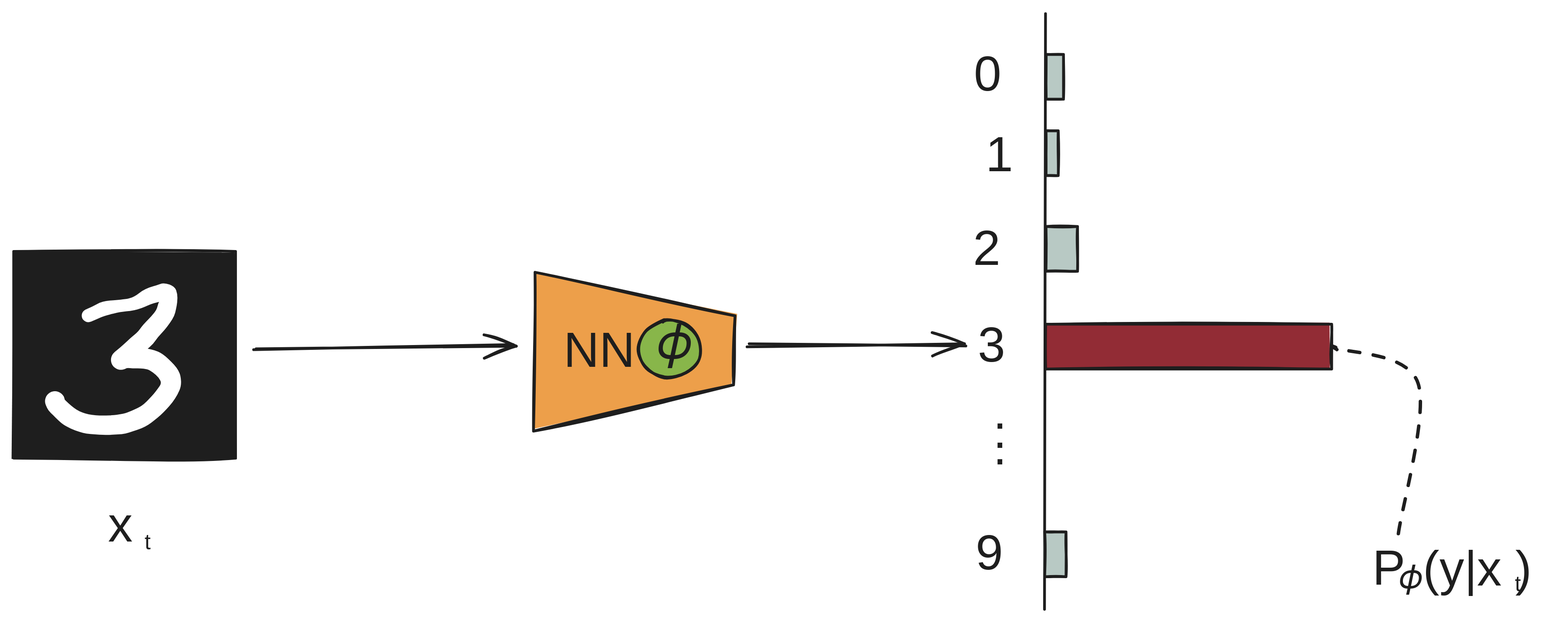
confucianzuoyuan/multimodal-tutorial keeps this Excalidraw diagram as orange-book/使用预训练神经网络进行分类的示例.svg. Above is the earlier version. Source tidied: one line per element, renumbered; positions are measured from the earlier drawing's top-left corner, leaving out a move shared by most shapes. The source it was exported from:
```json
{"id": 0, "type": "rectangle", "strokeColor": "#1e1e1e", "backgroundColor": "#1e1e1e", "fillStyle": "solid", "strokeWidth": 2, "roughness": 1, "x": 0, "y": 174, "width": 162, "height": 151}
{"id": 1, "type": "freedraw", "strokeColor": "#ffffff", "backgroundColor": "#1e1e1e", "fillStyle": "solid", "strokeWidth": 2, "roughness": 1, "x": 55, "y": 221, "width": 86, "height": 99, "points": [[0, 0], [27, -8], [40, -11], [47, -15], [59, -17], [58, -8], [53, 2], [45, 12], [40, 19], [32, 26], [25, 32], [27, 32], [37, 31], [46, 32], [53, 37], [60, 45], [59, 53], [48, 68], [39, 75], [26, 80], [11, 80], [-4, 79], [-14, 74], [-20, 68], [-23, 65]]}
{"id": 2, "type": "line", "strokeColor": "#1e1e1e", "backgroundColor": "#ed9f4a", "fillStyle": "solid", "strokeWidth": 2, "roughness": 1, "x": 381, "y": 189, "width": 147, "height": 116, "points": [[0, 0], [-1, 116], [145, 82], [146, 32], [0, 0]]}
{"id": 3, "type": "text", "text": "NN", "strokeColor": "#1e1e1e", "backgroundColor": "#ed9f4a", "fillStyle": "solid", "strokeWidth": 2, "roughness": 1, "fontSize": 36, "fontFamily": 5, "x": 402, "y": 226, "width": 44, "height": 45}
{"id": 4, "type": "ellipse", "strokeColor": "#1e1e1e", "backgroundColor": "#88b64a", "fillStyle": "solid", "strokeWidth": 2, "roughness": 1, "x": 457, "y": 224, "width": 45, "height": 42}
{"id": 5, "type": "text", "text": "𝜙", "strokeColor": "#1e1e1e", "backgroundColor": "#ed9f4a", "fillStyle": "solid", "strokeWidth": 2, "roughness": 1, "fontSize": 36, "fontFamily": 5, "x": 471, "y": 220, "width": 23, "height": 45}
{"id": 6, "type": "line", "strokeColor": "#1e1e1e", "backgroundColor": "#ed9f4a", "fillStyle": "solid", "strokeWidth": 2, "roughness": 1, "x": 754, "y": 0, "width": 1, "height": 435, "points": [[0, 0], [-1, 435]]}
{"id": 7, "type": "text", "text": "0", "strokeColor": "#1e1e1e", "backgroundColor": "#ed9f4a", "fillStyle": "solid", "strokeWidth": 2, "roughness": 1, "fontSize": 36, "fontFamily": 5, "x": 702, "y": 25, "width": 24, "height": 45}
{"id": 8, "type": "text", "text": "1", "strokeColor": "#1e1e1e", "backgroundColor": "#ed9f4a", "fillStyle": "solid", "strokeWidth": 2, "roughness": 1, "fontSize": 36, "fontFamily": 5, "x": 710, "y": 83, "width": 15, "height": 45}
{"id": 9, "type": "text", "text": "2", "strokeColor": "#1e1e1e", "backgroundColor": "#ed9f4a", "fillStyle": "solid", "strokeWidth": 2, "roughness": 1, "fontSize": 36, "fontFamily": 5, "x": 701, "y": 152, "width": 25, "height": 45}
{"id": 10, "type": "text", "text": "3", "strokeColor": "#1e1e1e", "backgroundColor": "#ed9f4a", "fillStyle": "solid", "strokeWidth": 2, "roughness": 1, "fontSize": 36, "fontFamily": 5, "x": 705, "y": 222, "width": 22, "height": 45}
{"id": 11, "type": "text", "text": "9", "strokeColor": "#1e1e1e", "backgroundColor": "#ed9f4a", "fillStyle": "solid", "strokeWidth": 2, "roughness": 1, "fontSize": 36, "fontFamily": 5, "x": 703, "y": 374, "width": 23, "height": 45}
{"id": 12, "type": "text", "text": ".", "strokeColor": "#1e1e1e", "backgroundColor": "#ed9f4a", "fillStyle": "solid", "strokeWidth": 2, "roughness": 1, "fontSize": 36, "fontFamily": 5, "x": 716, "y": 272, "width": 10, "height": 45}
{"id": 13, "type": "text", "text": ".", "strokeColor": "#1e1e1e", "backgroundColor": "#ed9f4a", "fillStyle": "solid", "strokeWidth": 2, "roughness": 1, "fontSize": 36, "fontFamily": 5, "x": 716, "y": 286, "width": 10, "height": 45}
{"id": 14, "type": "text", "text": ".", "strokeColor": "#1e1e1e", "backgroundColor": "#ed9f4a", "fillStyle": "solid", "strokeWidth": 2, "roughness": 1, "fontSize": 36, "fontFamily": 5, "x": 716, "y": 298, "width": 10, "height": 45}
{"id": 15, "type": "text", "text": "x", "strokeColor": "#1e1e1e", "backgroundColor": "#9fc6c0", "fillStyle": "solid", "strokeWidth": 2, "roughness": 1, "fontSize": 36, "fontFamily": 5, "x": 69, "y": 354, "width": 21, "height": 45}
{"id": 16, "type": "text", "text": "t", "strokeColor": "#1e1e1e", "backgroundColor": "#9fc6c0", "fillStyle": "solid", "strokeWidth": 2, "roughness": 1, "fontSize": 16, "fontFamily": 5, "x": 96, "y": 377, "width": 9, "height": 20}
{"id": 17, "type": "arrow", "strokeColor": "#1e1e1e", "backgroundColor": "#ed9f4a", "fillStyle": "solid", "strokeWidth": 2, "roughness": 1, "endArrowhead": "arrow", "round": true, "from": 0, "x": 176, "y": 245, "width": 190, "height": 2, "points": [[0, 0], [190, -2]]}
{"id": 18, "type": "arrow", "strokeColor": "#1e1e1e", "backgroundColor": "#ed9f4a", "fillStyle": "solid", "strokeWidth": 2, "roughness": 1, "endArrowhead": "arrow", "round": true, "to": 10, "x": 538, "y": 242, "width": 158, "height": 0, "points": [[0, 0], [158, 0]]}
{"id": 19, "type": "rectangle", "strokeColor": "#1e1e1e", "backgroundColor": "#b8c9c4", "fillStyle": "solid", "strokeWidth": 2, "roughness": 1, "x": 755, "y": 30, "width": 13, "height": 33}
{"id": 20, "type": "rectangle", "strokeColor": "#1e1e1e", "backgroundColor": "#b8c9c4", "fillStyle": "solid", "strokeWidth": 2, "roughness": 1, "x": 755, "y": 86, "width": 9, "height": 33}
{"id": 21, "type": "rectangle", "strokeColor": "#1e1e1e", "backgroundColor": "#b8c9c4", "fillStyle": "solid", "strokeWidth": 2, "roughness": 1, "x": 754, "y": 155, "width": 23, "height": 33}
{"id": 22, "type": "rectangle", "strokeColor": "#1e1e1e", "backgroundColor": "#b8c9c4", "fillStyle": "solid", "strokeWidth": 2, "roughness": 1, "x": 754, "y": 379, "width": 16, "height": 33}
{"id": 23, "type": "rectangle", "strokeColor": "#1e1e1e", "backgroundColor": "#922c35", "fillStyle": "solid", "strokeWidth": 2, "roughness": 1, "x": 754, "y": 227, "width": 209, "height": 33}
{"id": 24, "type": "text", "text": "P", "strokeColor": "#1e1e1e", "backgroundColor": "#922c35", "fillStyle": "solid", "strokeWidth": 2, "roughness": 1, "fontSize": 36, "fontFamily": 5, "x": 993, "y": 385, "width": 25, "height": 45}
{"id": 25, "type": "text", "text": "𝜙", "strokeColor": "#1e1e1e", "backgroundColor": "#ed9f4a", "fillStyle": "solid", "strokeWidth": 2, "roughness": 1, "fontSize": 24.1, "fontFamily": 5, "x": 1013, "y": 399, "width": 15, "height": 30}
{"id": 26, "type": "text", "text": "(y|x )", "strokeColor": "#1e1e1e", "backgroundColor": "#922c35", "fillStyle": "solid", "strokeWidth": 2, "roughness": 1, "fontSize": 36, "fontFamily": 5, "x": 1030, "y": 386, "width": 96, "height": 45}
{"id": 27, "type": "text", "text": "t", "strokeColor": "#1e1e1e", "backgroundColor": "#922c35", "fillStyle": "solid", "strokeWidth": 2, "roughness": 1, "fontSize": 16, "fontFamily": 5, "x": 1097, "y": 408, "width": 9, "height": 20}
{"id": 28, "type": "line", "strokeColor": "#1e1e1e", "backgroundColor": "#922c35", "fillStyle": "solid", "strokeWidth": 2, "strokeStyle": "dashed", "roughness": 1, "round": true, "x": 967, "y": 245, "width": 60, "height": 135, "points": [[0, 0], [0, 0], [60, 25], [46, 135]]}
```
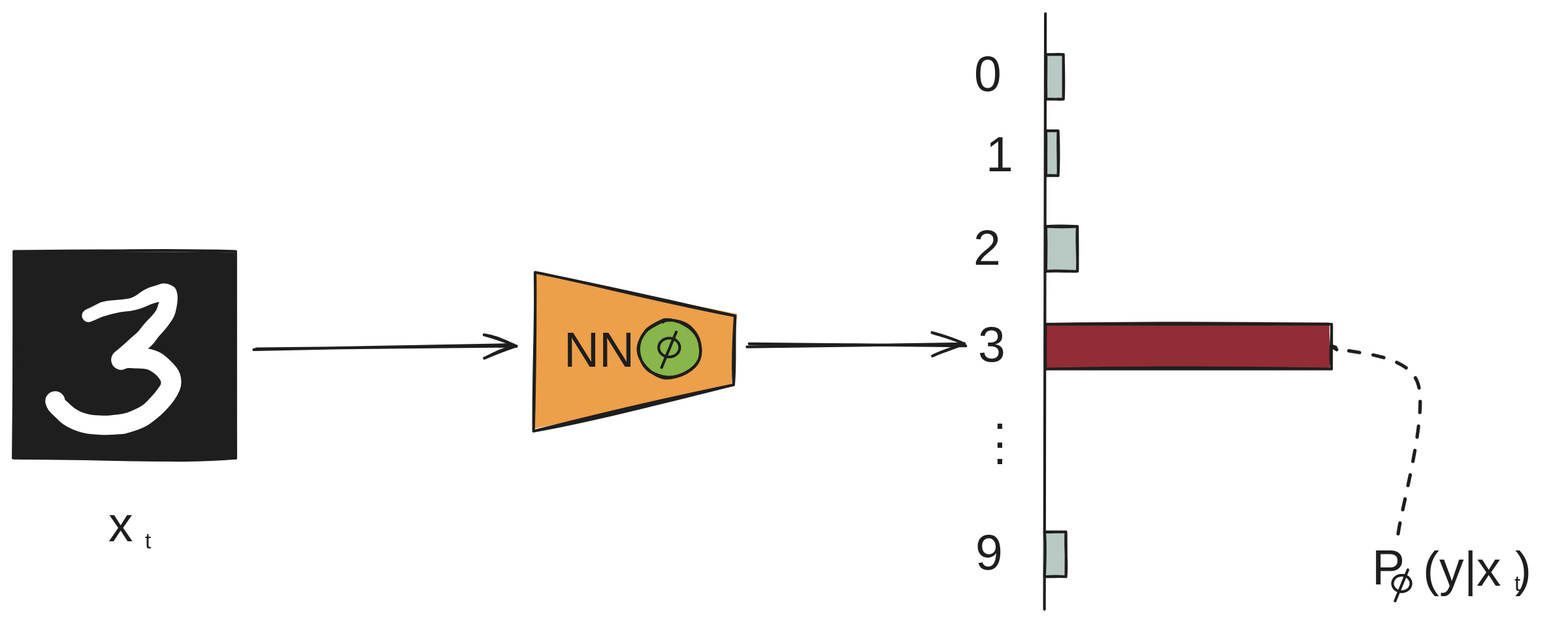
Later version of the same file.

Diff of the diagram source:
```diff
@@ -3,7 +3,6 @@
 {"id": 2, "type": "line", "strokeColor": "#1e1e1e", "backgroundColor": "#ed9f4a", "fillStyle": "solid", "strokeWidth": 2, "roughness": 1, "x": 381, "y": 189, "width": 147, "height": 116, "points": [[0, 0], [-1, 116], [145, 82], [146, 32], [0, 0]]}
 {"id": 3, "type": "text", "text": "NN", "strokeColor": "#1e1e1e", "backgroundColor": "#ed9f4a", "fillStyle": "solid", "strokeWidth": 2, "roughness": 1, "fontSize": 36, "fontFamily": 5, "x": 402, "y": 226, "width": 44, "height": 45}
 {"id": 4, "type": "ellipse", "strokeColor": "#1e1e1e", "backgroundColor": "#88b64a", "fillStyle": "solid", "strokeWidth": 2, "roughness": 1, "x": 457, "y": 224, "width": 45, "height": 42}
-{"id": 5, "type": "text", "text": "𝜙", "strokeColor": "#1e1e1e", "backgroundColor": "#ed9f4a", "fillStyle": "solid", "strokeWidth": 2, "roughness": 1, "fontSize": 36, "fontFamily": 5, "x": 471, "y": 220, "width": 23, "height": 45}
 {"id": 6, "type": "line", "strokeColor": "#1e1e1e", "backgroundColor": "#ed9f4a", "fillStyle": "solid", "strokeWidth": 2, "roughness": 1, "x": 754, "y": 0, "width": 1, "height": 435, "points": [[0, 0], [-1, 435]]}
 {"id": 7, "type": "text", "text": "0", "strokeColor": "#1e1e1e", "backgroundColor": "#ed9f4a", "fillStyle": "solid", "strokeWidth": 2, "roughness": 1, "fontSize": 36, "fontFamily": 5, "x": 702, "y": 25, "width": 24, "height": 45}
 {"id": 8, "type": "text", "text": "1", "strokeColor": "#1e1e1e", "backgroundColor": "#ed9f4a", "fillStyle": "solid", "strokeWidth": 2, "roughness": 1, "fontSize": 36, "fontFamily": 5, "x": 710, "y": 83, "width": 15, "height": 45}
@@ -23,7 +22,10 @@
 {"id": 22, "type": "rectangle", "strokeColor": "#1e1e1e", "backgroundColor": "#b8c9c4", "fillStyle": "solid", "strokeWidth": 2, "roughness": 1, "x": 754, "y": 379, "width": 16, "height": 33}
 {"id": 23, "type": "rectangle", "strokeColor": "#1e1e1e", "backgroundColor": "#922c35", "fillStyle": "solid", "strokeWidth": 2, "roughness": 1, "x": 754, "y": 227, "width": 209, "height": 33}
 {"id": 24, "type": "text", "text": "P", "strokeColor": "#1e1e1e", "backgroundColor": "#922c35", "fillStyle": "solid", "strokeWidth": 2, "roughness": 1, "fontSize": 36, "fontFamily": 5, "x": 993, "y": 385, "width": 25, "height": 45}
-{"id": 25, "type": "text", "text": "𝜙", "strokeColor": "#1e1e1e", "backgroundColor": "#ed9f4a", "fillStyle": "solid", "strokeWidth": 2, "roughness": 1, "fontSize": 24.1, "fontFamily": 5, "x": 1013, "y": 399, "width": 15, "height": 30}
 {"id": 26, "type": "text", "text": "(y|x )", "strokeColor": "#1e1e1e", "backgroundColor": "#922c35", "fillStyle": "solid", "strokeWidth": 2, "roughness": 1, "fontSize": 36, "fontFamily": 5, "x": 1030, "y": 386, "width": 96, "height": 45}
 {"id": 27, "type": "text", "text": "t", "strokeColor": "#1e1e1e", "backgroundColor": "#922c35", "fillStyle": "solid", "strokeWidth": 2, "roughness": 1, "fontSize": 16, "fontFamily": 5, "x": 1097, "y": 408, "width": 9, "height": 20}
 {"id": 28, "type": "line", "strokeColor": "#1e1e1e", "backgroundColor": "#922c35", "fillStyle": "solid", "strokeWidth": 2, "strokeStyle": "dashed", "roughness": 1, "round": true, "x": 967, "y": 245, "width": 60, "height": 135, "points": [[0, 0], [0, 0], [60, 25], [46, 135]]}
+{"id": 29, "type": "ellipse", "strokeColor": "#1e1e1e", "strokeWidth": 2, "roughness": 0, "round": true, "x": 1008, "y": 410, "width": 13, "height": 12}
+{"id": 30, "type": "line", "strokeColor": "#1e1e1e", "strokeWidth": 2, "roughness": 0, "round": true, "x": 1019, "y": 406, "width": 9, "height": 23, "points": [[0, 0], [-9, 23]]}
+{"id": 31, "type": "ellipse", "strokeColor": "#1e1e1e", "strokeWidth": 2, "roughness": 0, "round": true, "x": 471, "y": 237, "width": 15, "height": 14}
+{"id": 32, "type": "line", "strokeColor": "#1e1e1e", "strokeWidth": 2, "roughness": 0, "round": true, "x": 484, "y": 233, "width": 11, "height": 26, "points": [[0, 0], [-11, 26]]}
```
